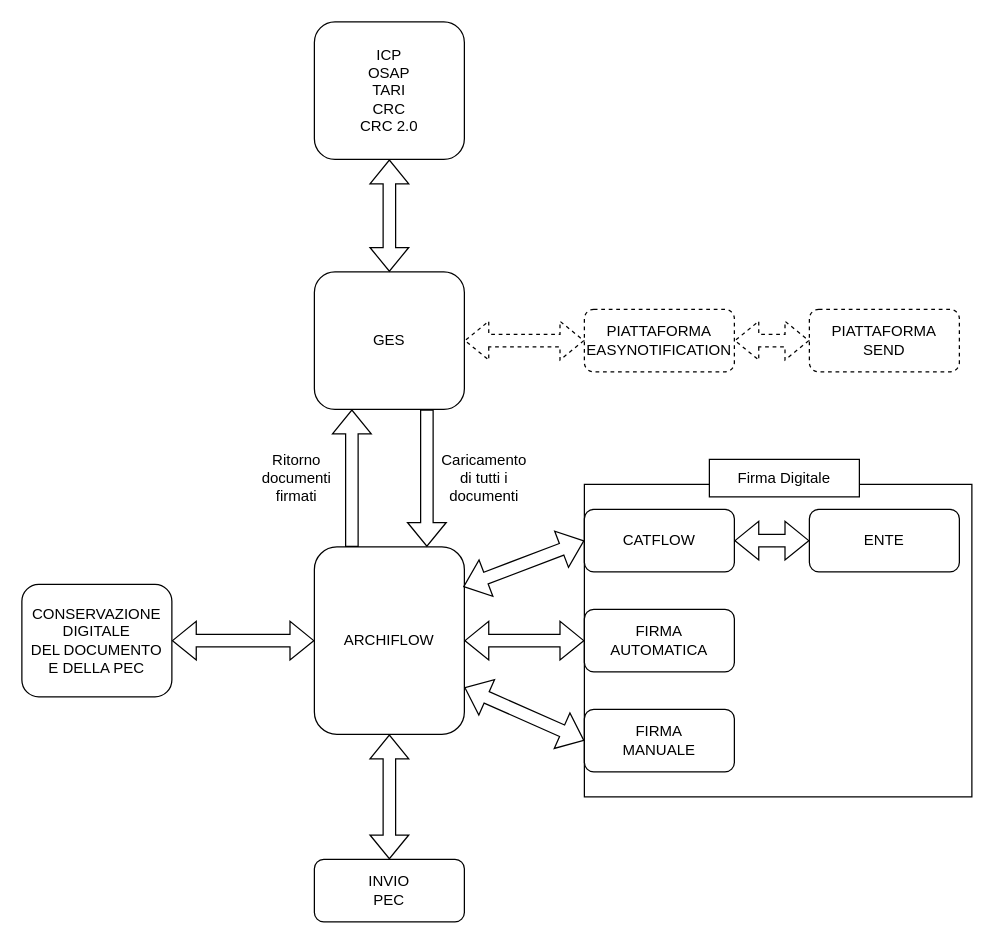
Before: Processo Firma Digitale.drawio in marcogarbujoabaco/drawio, a draw.io diagram. Source tidied: cells renumbered, new cells numbered last; positions are measured from the earlier drawing's top-left corner, leaving out a move shared by most shapes. Both pictures are drawn from the tidied source at 125%, with x=0, y=0 at pixel (21, 21).
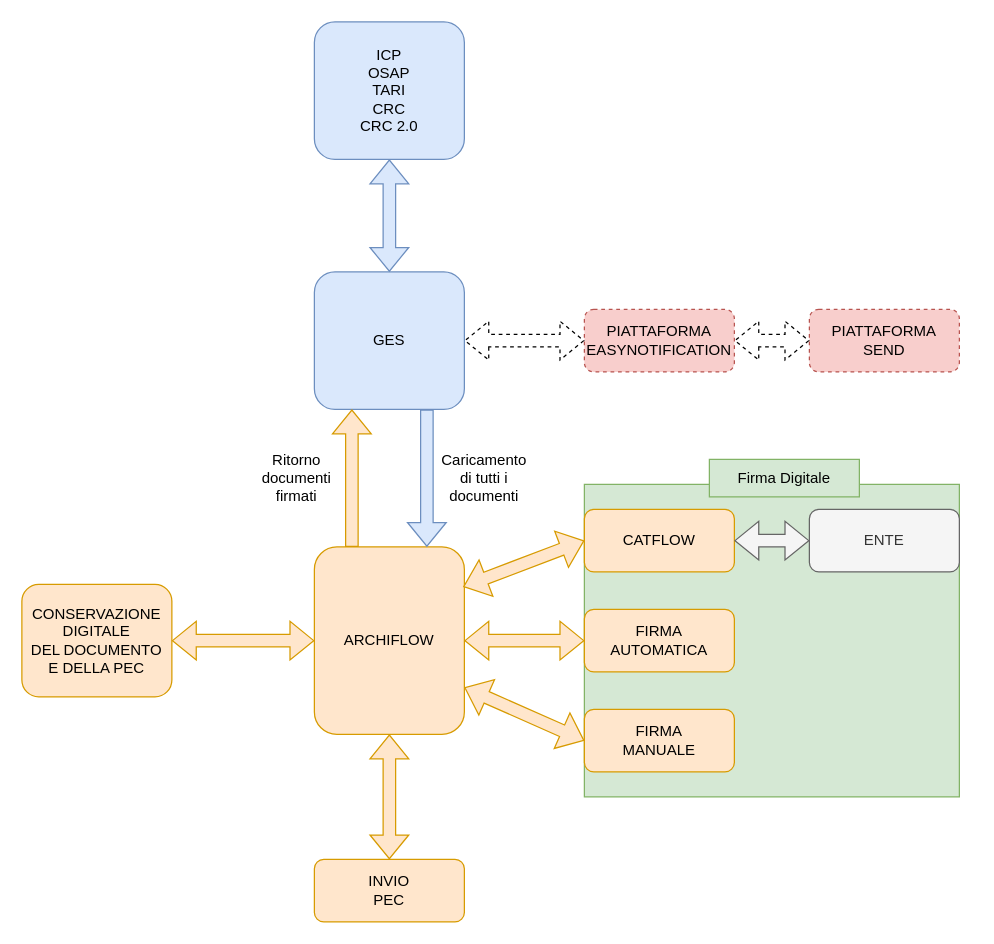
The same diagram, later.

The edit, as a diff of the source:
```diff
@@
-    <mxCell id="2" style="rounded=0;whiteSpace=wrap;html=1;" parent="1" vertex="1">
-      <mxGeometry x="450" y="370" width="310" height="250" as="geometry" />
+    <mxCell id="2" style="rounded=0;whiteSpace=wrap;html=1;fillColor=#d5e8d4;strokeColor=#82b366;" parent="1" vertex="1">
+      <mxGeometry x="450" y="370" width="300" height="250" as="geometry" />
     </mxCell>
-    <mxCell id="3" value="ICP&lt;div&gt;OSAP&lt;/div&gt;&lt;div&gt;TARI&lt;/div&gt;&lt;div&gt;CRC&lt;/div&gt;&lt;div&gt;CRC 2.0&lt;/div&gt;" style="rounded=1;whiteSpace=wrap;html=1;" parent="1" vertex="1">
+    <mxCell id="3" value="ICP&lt;div&gt;OSAP&lt;/div&gt;&lt;div&gt;TARI&lt;/div&gt;&lt;div&gt;CRC&lt;/div&gt;&lt;div&gt;CRC 2.0&lt;/div&gt;" style="rounded=1;whiteSpace=wrap;html=1;fillColor=#dae8fc;strokeColor=#6c8ebf;" parent="1" vertex="1">
       <mxGeometry x="234" width="120" height="110" as="geometry" />
     </mxCell>
-    <mxCell id="4" value="&lt;div&gt;GES&lt;/div&gt;" style="rounded=1;whiteSpace=wrap;html=1;" parent="1" vertex="1">
+    <mxCell id="4" value="&lt;div&gt;GES&lt;/div&gt;" style="rounded=1;whiteSpace=wrap;html=1;fillColor=#dae8fc;strokeColor=#6c8ebf;" parent="1" vertex="1">
       <mxGeometry x="234" y="200" width="120" height="110" as="geometry" />
     </mxCell>
-    <mxCell id="5" value="&lt;div&gt;ARCHIFLOW&lt;/div&gt;" style="rounded=1;whiteSpace=wrap;html=1;" parent="1" vertex="1">
+    <mxCell id="5" value="&lt;div&gt;ARCHIFLOW&lt;/div&gt;" style="rounded=1;whiteSpace=wrap;html=1;fillColor=#ffe6cc;strokeColor=#d79b00;" parent="1" vertex="1">
       <mxGeometry x="234" y="420" width="120" height="150" as="geometry" />
     </mxCell>
-    <mxCell id="6" value="&lt;div&gt;CATFLOW&lt;/div&gt;" style="rounded=1;whiteSpace=wrap;html=1;" parent="1" vertex="1">
+    <mxCell id="6" value="&lt;div&gt;CATFLOW&lt;/div&gt;" style="rounded=1;whiteSpace=wrap;html=1;fillColor=#ffe6cc;strokeColor=#d79b00;" parent="1" vertex="1">
       <mxGeometry x="450" y="390" width="120" height="50" as="geometry" />
     </mxCell>
-    <mxCell id="7" style="shape=flexArrow;endArrow=classic;html=1;rounded=0;entryX=0.75;entryY=0;entryDx=0;entryDy=0;exitX=0.75;exitY=1;exitDx=0;exitDy=0;" parent="1" edge="1" source="4" target="5">
+    <mxCell id="7" style="shape=flexArrow;endArrow=classic;html=1;rounded=0;entryX=0.75;entryY=0;entryDx=0;entryDy=0;exitX=0.75;exitY=1;exitDx=0;exitDy=0;fillColor=#dae8fc;strokeColor=#6c8ebf;" parent="1" edge="1" source="4" target="5">
       <mxGeometry relative="1" as="geometry" />
     </mxCell>
@@
-    <mxCell id="9" value="&lt;div&gt;FIRMA&lt;/div&gt;&lt;div&gt;AUTOMATICA&lt;/div&gt;" style="rounded=1;whiteSpace=wrap;html=1;" parent="1" vertex="1">
+    <mxCell id="9" value="&lt;div&gt;FIRMA&lt;/div&gt;&lt;div&gt;AUTOMATICA&lt;/div&gt;" style="rounded=1;whiteSpace=wrap;html=1;fillColor=#ffe6cc;strokeColor=#d79b00;" parent="1" vertex="1">
       <mxGeometry x="450" y="470" width="120" height="50" as="geometry" />
     </mxCell>
-    <mxCell id="10" value="&lt;div&gt;FIRMA&lt;/div&gt;&lt;div&gt;MANUALE&lt;/div&gt;" style="rounded=1;whiteSpace=wrap;html=1;" parent="1" vertex="1">
+    <mxCell id="10" value="&lt;div&gt;FIRMA&lt;/div&gt;&lt;div&gt;MANUALE&lt;/div&gt;" style="rounded=1;whiteSpace=wrap;html=1;fillColor=#ffe6cc;strokeColor=#d79b00;" parent="1" vertex="1">
       <mxGeometry x="450" y="550" width="120" height="50" as="geometry" />
     </mxCell>
-    <mxCell id="11" value="&lt;div&gt;ENTE&lt;/div&gt;" style="rounded=1;whiteSpace=wrap;html=1;" parent="1" vertex="1">
+    <mxCell id="11" value="&lt;div&gt;ENTE&lt;/div&gt;" style="rounded=1;whiteSpace=wrap;html=1;fillColor=#f5f5f5;strokeColor=#666666;fontColor=#333333;" parent="1" vertex="1">
       <mxGeometry x="630" y="390" width="120" height="50" as="geometry" />
     </mxCell>
-    <mxCell id="12" style="shape=flexArrow;endArrow=classic;startArrow=classic;html=1;rounded=0;entryX=0;entryY=0.5;entryDx=0;entryDy=0;exitX=1;exitY=0.5;exitDx=0;exitDy=0;" parent="1" edge="1" source="6" target="11">
+    <mxCell id="12" style="shape=flexArrow;endArrow=classic;startArrow=classic;html=1;rounded=0;entryX=0;entryY=0.5;entryDx=0;entryDy=0;exitX=1;exitY=0.5;exitDx=0;exitDy=0;fillColor=#f5f5f5;strokeColor=#666666;" parent="1" edge="1" source="6" target="11">
       <mxGeometry relative="1" as="geometry" />
     </mxCell>
-    <mxCell id="13" style="shape=flexArrow;endArrow=classic;startArrow=classic;html=1;rounded=0;entryX=0;entryY=0.5;entryDx=0;entryDy=0;exitX=0.992;exitY=0.213;exitDx=0;exitDy=0;exitPerimeter=0;" parent="1" edge="1" source="5" target="6">
+    <mxCell id="13" style="shape=flexArrow;endArrow=classic;startArrow=classic;html=1;rounded=0;entryX=0;entryY=0.5;entryDx=0;entryDy=0;exitX=0.992;exitY=0.213;exitDx=0;exitDy=0;exitPerimeter=0;fillColor=#ffe6cc;strokeColor=#d79b00;" parent="1" edge="1" source="5" target="6">
       <mxGeometry relative="1" as="geometry" />
     </mxCell>
-    <mxCell id="14" style="shape=flexArrow;endArrow=classic;startArrow=classic;html=1;rounded=0;entryX=0;entryY=0.5;entryDx=0;entryDy=0;exitX=1;exitY=0.5;exitDx=0;exitDy=0;" parent="1" edge="1" source="5" target="9">
+    <mxCell id="14" style="shape=flexArrow;endArrow=classic;startArrow=classic;html=1;rounded=0;entryX=0;entryY=0.5;entryDx=0;entryDy=0;exitX=1;exitY=0.5;exitDx=0;exitDy=0;fillColor=#ffe6cc;strokeColor=#d79b00;" parent="1" edge="1" source="5" target="9">
       <mxGeometry relative="1" as="geometry" />
     </mxCell>
-    <mxCell id="15" style="shape=flexArrow;endArrow=classic;startArrow=classic;html=1;rounded=0;entryX=0;entryY=0.5;entryDx=0;entryDy=0;exitX=1;exitY=0.75;exitDx=0;exitDy=0;" parent="1" edge="1" source="5" target="10">
+    <mxCell id="15" style="shape=flexArrow;endArrow=classic;startArrow=classic;html=1;rounded=0;entryX=0;entryY=0.5;entryDx=0;entryDy=0;exitX=1;exitY=0.75;exitDx=0;exitDy=0;fillColor=#ffe6cc;strokeColor=#d79b00;" parent="1" edge="1" source="5" target="10">
       <mxGeometry relative="1" as="geometry" />
     </mxCell>
-    <mxCell id="16" value="&lt;div&gt;INVIO&lt;/div&gt;&lt;div&gt;PEC&lt;/div&gt;" style="rounded=1;whiteSpace=wrap;html=1;" parent="1" vertex="1">
+    <mxCell id="16" value="&lt;div&gt;INVIO&lt;/div&gt;&lt;div&gt;PEC&lt;/div&gt;" style="rounded=1;whiteSpace=wrap;html=1;fillColor=#ffe6cc;strokeColor=#d79b00;" parent="1" vertex="1">
       <mxGeometry x="234" y="670" width="120" height="50" as="geometry" />
     </mxCell>
-    <mxCell id="17" style="shape=flexArrow;endArrow=classic;startArrow=classic;html=1;rounded=0;exitX=0.5;exitY=1;exitDx=0;exitDy=0;entryX=0.5;entryY=0;entryDx=0;entryDy=0;" parent="1" edge="1" source="5" target="16">
+    <mxCell id="17" style="shape=flexArrow;endArrow=classic;startArrow=classic;html=1;rounded=0;exitX=0.5;exitY=1;exitDx=0;exitDy=0;entryX=0.5;entryY=0;entryDx=0;entryDy=0;fillColor=#ffe6cc;strokeColor=#d79b00;" parent="1" edge="1" source="5" target="16">
       <mxGeometry relative="1" as="geometry" />
     </mxCell>
-    <mxCell id="18" value="&lt;div&gt;CONSERVAZIONE&lt;/div&gt;&lt;div&gt;DIGITALE&lt;/div&gt;&lt;div&gt;DEL DOCUMENTO&lt;/div&gt;&lt;div&gt;E DELLA PEC&lt;/div&gt;" style="rounded=1;whiteSpace=wrap;html=1;" parent="1" vertex="1">
+    <mxCell id="18" value="&lt;div&gt;CONSERVAZIONE&lt;/div&gt;&lt;div&gt;DIGITALE&lt;/div&gt;&lt;div&gt;DEL DOCUMENTO&lt;/div&gt;&lt;div&gt;E DELLA PEC&lt;/div&gt;" style="rounded=1;whiteSpace=wrap;html=1;fillColor=#ffe6cc;strokeColor=#d79b00;" parent="1" vertex="1">
       <mxGeometry y="450" width="120" height="90" as="geometry" />
     </mxCell>
-    <mxCell id="19" style="shape=flexArrow;endArrow=classic;startArrow=classic;html=1;rounded=0;exitX=1;exitY=0.5;exitDx=0;exitDy=0;entryX=0;entryY=0.5;entryDx=0;entryDy=0;" parent="1" edge="1" source="18" target="5">
+    <mxCell id="19" style="shape=flexArrow;endArrow=classic;startArrow=classic;html=1;rounded=0;exitX=1;exitY=0.5;exitDx=0;exitDy=0;entryX=0;entryY=0.5;entryDx=0;entryDy=0;fillColor=#ffe6cc;strokeColor=#d79b00;" parent="1" edge="1" source="18" target="5">
       <mxGeometry relative="1" as="geometry" />
     </mxCell>
-    <mxCell id="20" style="shape=flexArrow;endArrow=classic;html=1;rounded=0;entryX=0.25;entryY=1;entryDx=0;entryDy=0;exitX=0.25;exitY=0;exitDx=0;exitDy=0;" parent="1" edge="1" source="5" target="4">
+    <mxCell id="20" style="shape=flexArrow;endArrow=classic;html=1;rounded=0;entryX=0.25;entryY=1;entryDx=0;entryDy=0;exitX=0.25;exitY=0;exitDx=0;exitDy=0;fillColor=#ffe6cc;strokeColor=#d79b00;" parent="1" edge="1" source="5" target="4">
       <mxGeometry relative="1" as="geometry" />
     </mxCell>
@@
-    <mxCell id="22" style="shape=flexArrow;endArrow=classic;startArrow=classic;html=1;rounded=0;entryX=0.5;entryY=0;entryDx=0;entryDy=0;exitX=0.5;exitY=1;exitDx=0;exitDy=0;" parent="1" edge="1" source="3" target="4">
+    <mxCell id="22" style="shape=flexArrow;endArrow=classic;startArrow=classic;html=1;rounded=0;entryX=0.5;entryY=0;entryDx=0;entryDy=0;exitX=0.5;exitY=1;exitDx=0;exitDy=0;fillColor=#dae8fc;strokeColor=#6c8ebf;" parent="1" edge="1" source="3" target="4">
       <mxGeometry relative="1" as="geometry" />
     </mxCell>
-    <mxCell id="23" value="PIATTAFORMA SEND" style="rounded=1;whiteSpace=wrap;html=1;dashed=1;" parent="1" vertex="1">
+    <mxCell id="23" value="PIATTAFORMA SEND" style="rounded=1;whiteSpace=wrap;html=1;dashed=1;fillColor=#f8cecc;strokeColor=#b85450;" parent="1" vertex="1">
       <mxGeometry x="630" y="230" width="120" height="50" as="geometry" />
     </mxCell>
-    <mxCell id="24" value="PIATTAFORMA EASYNOTIFICATION" style="rounded=1;whiteSpace=wrap;html=1;dashed=1;" parent="1" vertex="1">
+    <mxCell id="24" value="PIATTAFORMA EASYNOTIFICATION" style="rounded=1;whiteSpace=wrap;html=1;dashed=1;fillColor=#f8cecc;strokeColor=#b85450;" parent="1" vertex="1">
       <mxGeometry x="450" y="230" width="120" height="50" as="geometry" />
     </mxCell>
@@
-    <mxCell id="27" value="Firma Digitale" style="text;html=1;align=center;verticalAlign=middle;whiteSpace=wrap;rounded=0;fillColor=default;strokeColor=default;" parent="1" vertex="1">
+    <mxCell id="27" value="Firma Digitale" style="text;html=1;align=center;verticalAlign=middle;whiteSpace=wrap;rounded=0;fillColor=#d5e8d4;strokeColor=#82b366;" parent="1" vertex="1">
       <mxGeometry x="550" y="350" width="120" height="30" as="geometry" />
     </mxCell>
```
